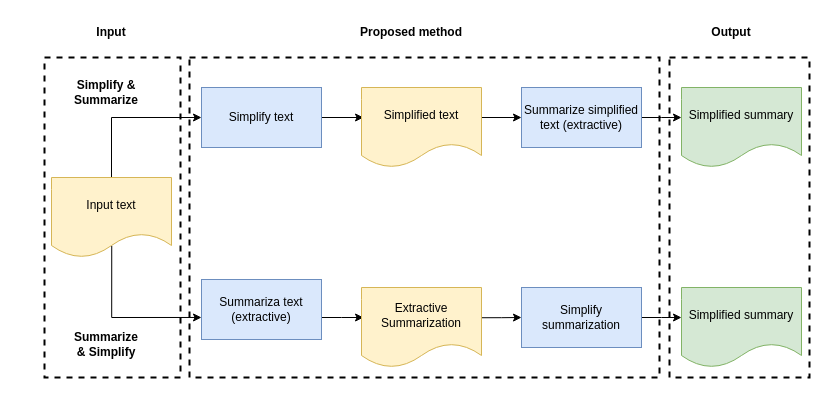
Earlier version of the draw.io diagram simplified_summary_diagram.drawio (peshmerge/REDI-PROJECT). Source tidied: cells renumbered, new cells numbered last; positions are measured from the earlier drawing's top-left corner, leaving out a move shared by most shapes. Both pictures are drawn from the tidied source at 100%, with x=0, y=0 at pixel (44, 17).
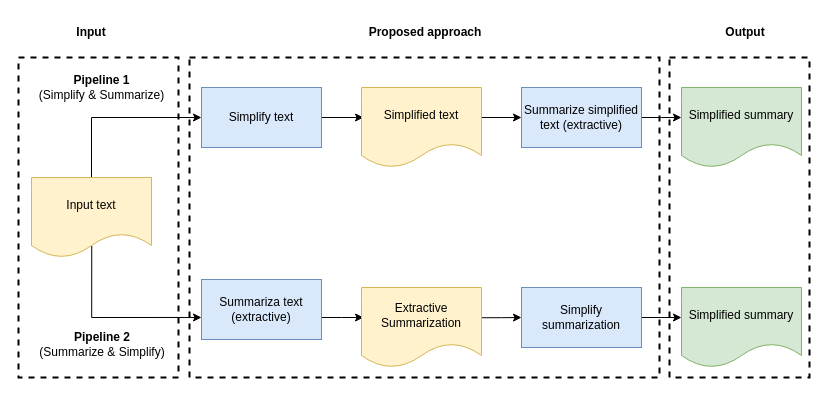
After the change.

Commit message:
updated the pipelines diagram

The change refers to these unchanged cells:
```xml
<mxCell id="10" value="Summariza text (extractive)" style="whiteSpace=wrap;html=1;rounded=0;fillColor=#dae8fc;strokeColor=#6c8ebf;" parent="1" vertex="1">
  <mxGeometry x="157" y="262" width="120" height="60" as="geometry" />
</mxCell>
```

Change to the diagram source:
```diff
@@
-    <mxCell id="16" value="&lt;b&gt;Simplify &amp;amp; Summarize&lt;/b&gt;" style="text;html=1;strokeColor=none;fillColor=none;align=center;verticalAlign=middle;whiteSpace=wrap;rounded=0;" parent="1" vertex="1">
-      <mxGeometry x="7" y="60" width="110" height="30" as="geometry" />
-    </mxCell>
-    <mxCell id="17" value="&lt;b&gt;Summarize &amp;amp;&amp;nbsp;&lt;/b&gt;&lt;b&gt;Simplify&lt;/b&gt;" style="text;html=1;strokeColor=none;fillColor=none;align=center;verticalAlign=middle;whiteSpace=wrap;rounded=0;" parent="1" vertex="1">
-      <mxGeometry x="7" y="312" width="110" height="30" as="geometry" />
-    </mxCell>
@@
     <mxCell id="19" style="edgeStyle=orthogonalEdgeStyle;rounded=0;jettySize=auto;html=1;entryX=0;entryY=0.633;entryDx=0;entryDy=0;entryPerimeter=0;exitX=0.502;exitY=0.855;exitDx=0;exitDy=0;exitPerimeter=0;" parent="1" edge="1" source="20" target="10">
       <mxGeometry relative="1" as="geometry">
         <Array as="points">
-          <mxPoint x="67" y="300" />
+          <mxPoint x="47" y="300" />
         </Array>
       </mxGeometry>
     </mxCell>
+    <mxCell id="21" style="rounded=0;whiteSpace=wrap;html=1;dashed=1;fillColor=none;strokeWidth=2;" parent="1" vertex="1">
+      <mxGeometry x="-26" y="40" width="160" height="320" as="geometry" />
+    </mxCell>
     <mxCell id="20" value="Input text" style="shape=document;whiteSpace=wrap;html=1;boundedLbl=1;rounded=0;fillColor=#fff2cc;strokeColor=#d6b656;" parent="1" vertex="1">
-      <mxGeometry x="7" y="160" width="120" height="80" as="geometry" />
+      <mxGeometry x="-13" y="160" width="120" height="80" as="geometry" />
     </mxCell>
-    <mxCell id="21" style="rounded=0;whiteSpace=wrap;html=1;dashed=1;fillColor=none;strokeWidth=2;" parent="1" vertex="1">
-      <mxGeometry y="40" width="136" height="320" as="geometry" />
-    </mxCell>
@@
     <mxCell id="24" value="&lt;b&gt;Input&lt;/b&gt;" style="text;html=1;strokeColor=none;fillColor=none;align=center;verticalAlign=middle;whiteSpace=wrap;rounded=0;dashed=1;" parent="1" vertex="1">
-      <mxGeometry x="37" width="60" height="30" as="geometry" />
+      <mxGeometry x="17" width="60" height="30" as="geometry" />
     </mxCell>
-    <mxCell id="25" value="&lt;b&gt;Proposed method&lt;/b&gt;" style="text;html=1;strokeColor=none;fillColor=none;align=center;verticalAlign=middle;whiteSpace=wrap;rounded=0;dashed=1;" parent="1" vertex="1">
-      <mxGeometry x="287" width="160" height="30" as="geometry" />
+    <mxCell id="25" value="&lt;b&gt;Proposed approach&lt;/b&gt;" style="text;html=1;strokeColor=none;fillColor=none;align=center;verticalAlign=middle;whiteSpace=wrap;rounded=0;dashed=1;" parent="1" vertex="1">
+      <mxGeometry x="301" width="160" height="30" as="geometry" />
     </mxCell>
     <mxCell id="26" value="&lt;b&gt;Output&lt;/b&gt;" style="text;html=1;strokeColor=none;fillColor=none;align=center;verticalAlign=middle;whiteSpace=wrap;rounded=0;dashed=1;" parent="1" vertex="1">
-      <mxGeometry x="657" width="60" height="30" as="geometry" />
+      <mxGeometry x="671" width="60" height="30" as="geometry" />
     </mxCell>
+    <mxCell id="16" value="&lt;b&gt;Pipeline 1&lt;/b&gt;&lt;br&gt;(Simplify &amp;amp; Summarize)" style="text;html=1;strokeColor=none;fillColor=none;align=center;verticalAlign=middle;whiteSpace=wrap;rounded=0;" parent="1" vertex="1">
+      <mxGeometry x="-14" y="50" width="143" height="40" as="geometry" />
+    </mxCell>
+    <mxCell id="17" value="&lt;b&gt;Pipeline 2&lt;br&gt;&lt;/b&gt;(Summarize &amp;amp;&amp;nbsp;Simplify)" style="text;html=1;strokeColor=none;fillColor=none;align=center;verticalAlign=middle;whiteSpace=wrap;rounded=0;" parent="1" vertex="1">
+      <mxGeometry x="-13" y="312" width="142" height="30" as="geometry" />
+    </mxCell>
```
